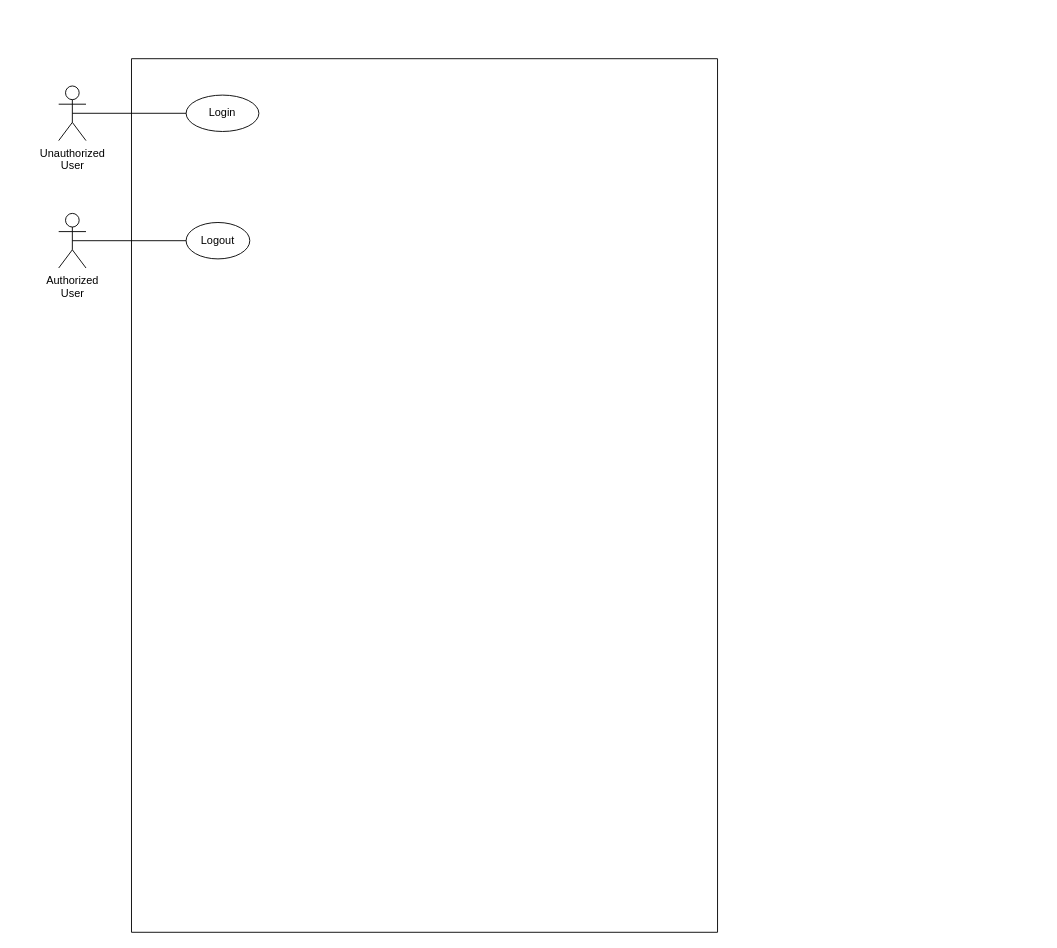
Earlier version of the draw.io diagram Diagrams/System Overview Use Case/SystemOverviewUseCase.drawio (DHR-Project/diagrams). Source tidied: cells renumbered, new cells numbered last; positions are measured from the earlier drawing's top-left corner, leaving out a move shared by most shapes. Both pictures are drawn from the tidied source at 91%, with x=0, y=0 at pixel (58, 58).
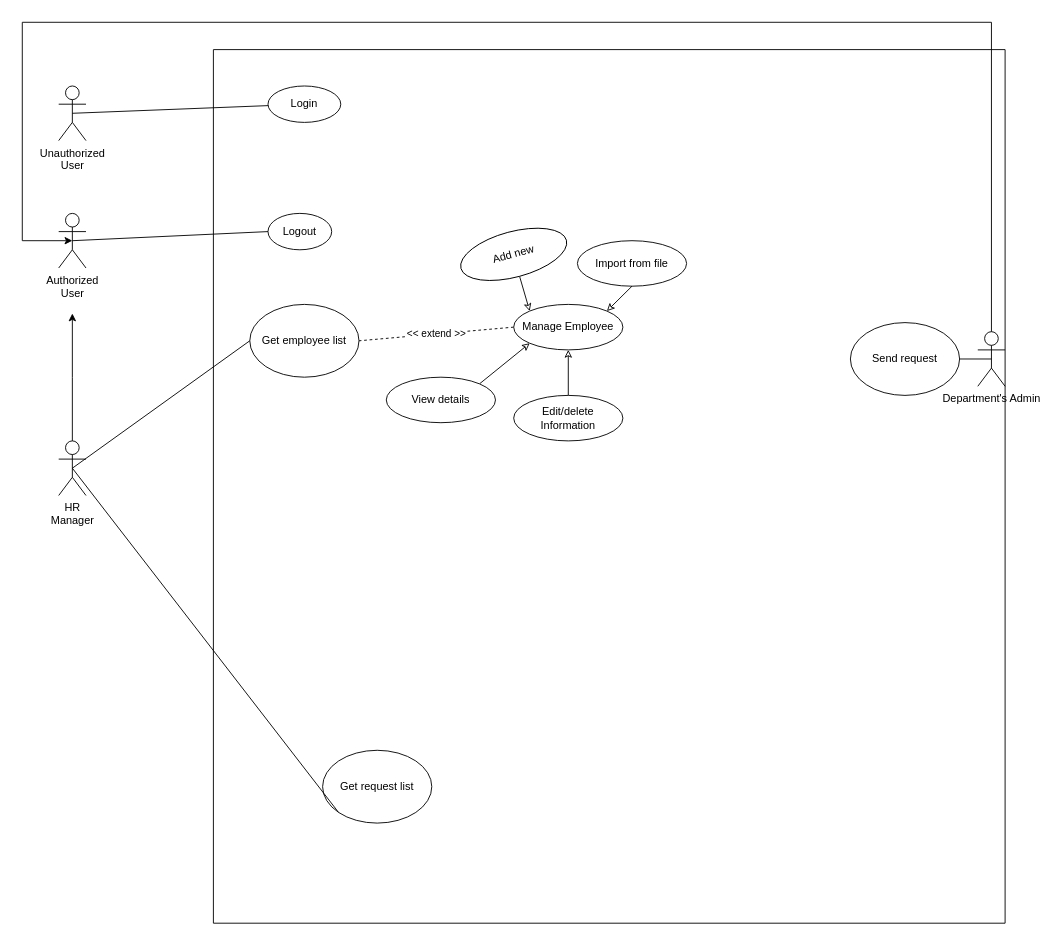
After the change.

Unchanged cells that the change refers to:
```xml
<mxCell id="8" value="Authorized&lt;div&gt;User&lt;/div&gt;" style="shape=umlActor;verticalLabelPosition=bottom;verticalAlign=top;html=1;outlineConnect=0;" parent="1" vertex="1">
  <mxGeometry y="170" width="30" height="60" as="geometry" />
</mxCell>
```

Change to the diagram source:
```diff
@@
     <mxCell id="2" style="swimlane;startSize=0;" parent="1" vertex="1">
-      <mxGeometry x="80" width="644" height="960" as="geometry" />
+      <mxGeometry x="170" y="-10" width="870" height="960" as="geometry" />
     </mxCell>
@@
+    <mxCell id="9" value="Get request list" style="ellipse;whiteSpace=wrap;html=1;" parent="2" vertex="1">
+      <mxGeometry x="120" y="770" width="120" height="80" as="geometry" />
+    </mxCell>
+    <mxCell id="10" value="Send request" style="ellipse;whiteSpace=wrap;html=1;" parent="2" vertex="1">
+      <mxGeometry x="700" y="300" width="120" height="80" as="geometry" />
+    </mxCell>
+    <mxCell id="11" value="Get employee list" style="ellipse;whiteSpace=wrap;html=1;" parent="2" vertex="1">
+      <mxGeometry x="40" y="280" width="120" height="80" as="geometry" />
+    </mxCell>
+    <mxCell id="12" value="&amp;lt;&amp;lt; extend &amp;gt;&amp;gt;" style="rounded=0;jettySize=auto;html=1;exitX=0;exitY=0.5;exitDx=0;exitDy=0;entryX=1;entryY=0.5;entryDx=0;entryDy=0;endArrow=none;endFill=0;dashed=1;" parent="2" edge="1" source="13" target="11">
+      <mxGeometry relative="1" as="geometry" />
+    </mxCell>
+    <mxCell id="13" value="Manage Employee" style="ellipse;whiteSpace=wrap;html=1;" parent="2" vertex="1">
+      <mxGeometry x="330" y="280" width="120" height="50" as="geometry" />
+    </mxCell>
+    <mxCell id="14" style="rounded=0;jettySize=auto;html=1;exitX=1;exitY=0;exitDx=0;exitDy=0;entryX=0;entryY=1;entryDx=0;entryDy=0;endArrow=classic;endFill=0;" parent="2" edge="1" source="15" target="13">
+      <mxGeometry relative="1" as="geometry" />
+    </mxCell>
+    <mxCell id="15" value="View details" style="ellipse;whiteSpace=wrap;html=1;" parent="2" vertex="1">
+      <mxGeometry x="190" y="360" width="120" height="50" as="geometry" />
+    </mxCell>
+    <mxCell id="16" style="rounded=0;jettySize=auto;html=1;exitX=0.5;exitY=0;exitDx=0;exitDy=0;entryX=0.5;entryY=1;entryDx=0;entryDy=0;endArrow=classic;endFill=0;" parent="2" edge="1" source="17" target="13">
+      <mxGeometry relative="1" as="geometry" />
+    </mxCell>
+    <mxCell id="17" value="Edit/delete Information" style="ellipse;whiteSpace=wrap;html=1;" parent="2" vertex="1">
+      <mxGeometry x="330" y="380" width="120" height="50" as="geometry" />
+    </mxCell>
+    <mxCell id="18" style="rounded=0;jettySize=auto;html=1;exitX=0.5;exitY=1;exitDx=0;exitDy=0;entryX=0;entryY=0;entryDx=0;entryDy=0;endArrow=classic;endFill=0;" parent="2" edge="1" source="19" target="13">
+      <mxGeometry relative="1" as="geometry" />
+    </mxCell>
+    <mxCell id="19" value="Add new" style="ellipse;whiteSpace=wrap;html=1;rotation=-15;" parent="2" vertex="1">
+      <mxGeometry x="270" y="200" width="120" height="50" as="geometry" />
+    </mxCell>
+    <mxCell id="20" value="Import from file" style="ellipse;whiteSpace=wrap;html=1;" parent="2" vertex="1">
+      <mxGeometry x="400" y="210" width="120" height="50" as="geometry" />
+    </mxCell>
+    <mxCell id="21" style="rounded=0;jettySize=auto;html=1;exitX=0.5;exitY=1;exitDx=0;exitDy=0;entryX=1;entryY=0;entryDx=0;entryDy=0;endArrow=classic;endFill=0;" parent="2" edge="1" source="20" target="13">
+      <mxGeometry relative="1" as="geometry" />
+    </mxCell>
@@
+    <mxCell id="22" style="edgeStyle=orthogonalEdgeStyle;rounded=0;jettySize=auto;html=1;exitX=0.5;exitY=0;exitDx=0;exitDy=0;exitPerimeter=0;" parent="1" edge="1" source="24">
+      <mxGeometry relative="1" as="geometry">
+        <mxPoint x="15" y="280" as="targetPoint" />
+      </mxGeometry>
+    </mxCell>
+    <mxCell id="23" style="rounded=0;jettySize=auto;html=1;exitX=0.5;exitY=0.5;exitDx=0;exitDy=0;exitPerimeter=0;entryX=0;entryY=1;entryDx=0;entryDy=0;endArrow=none;endFill=0;" parent="1" edge="1" source="24" target="9">
+      <mxGeometry relative="1" as="geometry" />
+    </mxCell>
+    <mxCell id="24" value="HR&lt;div&gt;Manager&lt;/div&gt;" style="shape=umlActor;verticalLabelPosition=bottom;verticalAlign=top;html=1;outlineConnect=0;" parent="1" vertex="1">
+      <mxGeometry y="420" width="30" height="60" as="geometry" />
+    </mxCell>
+    <mxCell id="25" style="rounded=0;jettySize=auto;html=1;exitX=0.5;exitY=0.5;exitDx=0;exitDy=0;exitPerimeter=0;entryX=1;entryY=0.5;entryDx=0;entryDy=0;endArrow=none;endFill=0;" parent="1" edge="1" source="26" target="10">
+      <mxGeometry relative="1" as="geometry" />
+    </mxCell>
+    <mxCell id="26" value="Department's Admin" style="shape=umlActor;verticalLabelPosition=bottom;verticalAlign=top;html=1;outlineConnect=0;" parent="1" vertex="1">
+      <mxGeometry x="1010" y="300" width="30" height="60" as="geometry" />
+    </mxCell>
+    <mxCell id="27" style="edgeStyle=orthogonalEdgeStyle;rounded=0;jettySize=auto;html=1;exitX=0.5;exitY=0;exitDx=0;exitDy=0;exitPerimeter=0;entryX=0.5;entryY=0.5;entryDx=0;entryDy=0;entryPerimeter=0;" parent="1" edge="1" source="26" target="8">
+      <mxGeometry relative="1" as="geometry">
+        <Array as="points">
+          <mxPoint x="1025" y="-40" />
+          <mxPoint x="-40" y="-40" />
+          <mxPoint x="-40" y="200" />
+        </Array>
+      </mxGeometry>
+    </mxCell>
+    <mxCell id="28" style="rounded=0;jettySize=auto;html=1;exitX=0.5;exitY=0.5;exitDx=0;exitDy=0;exitPerimeter=0;entryX=0;entryY=0.5;entryDx=0;entryDy=0;endArrow=none;endFill=0;" parent="1" edge="1" source="24" target="11">
+      <mxGeometry relative="1" as="geometry" />
+    </mxCell>
```
